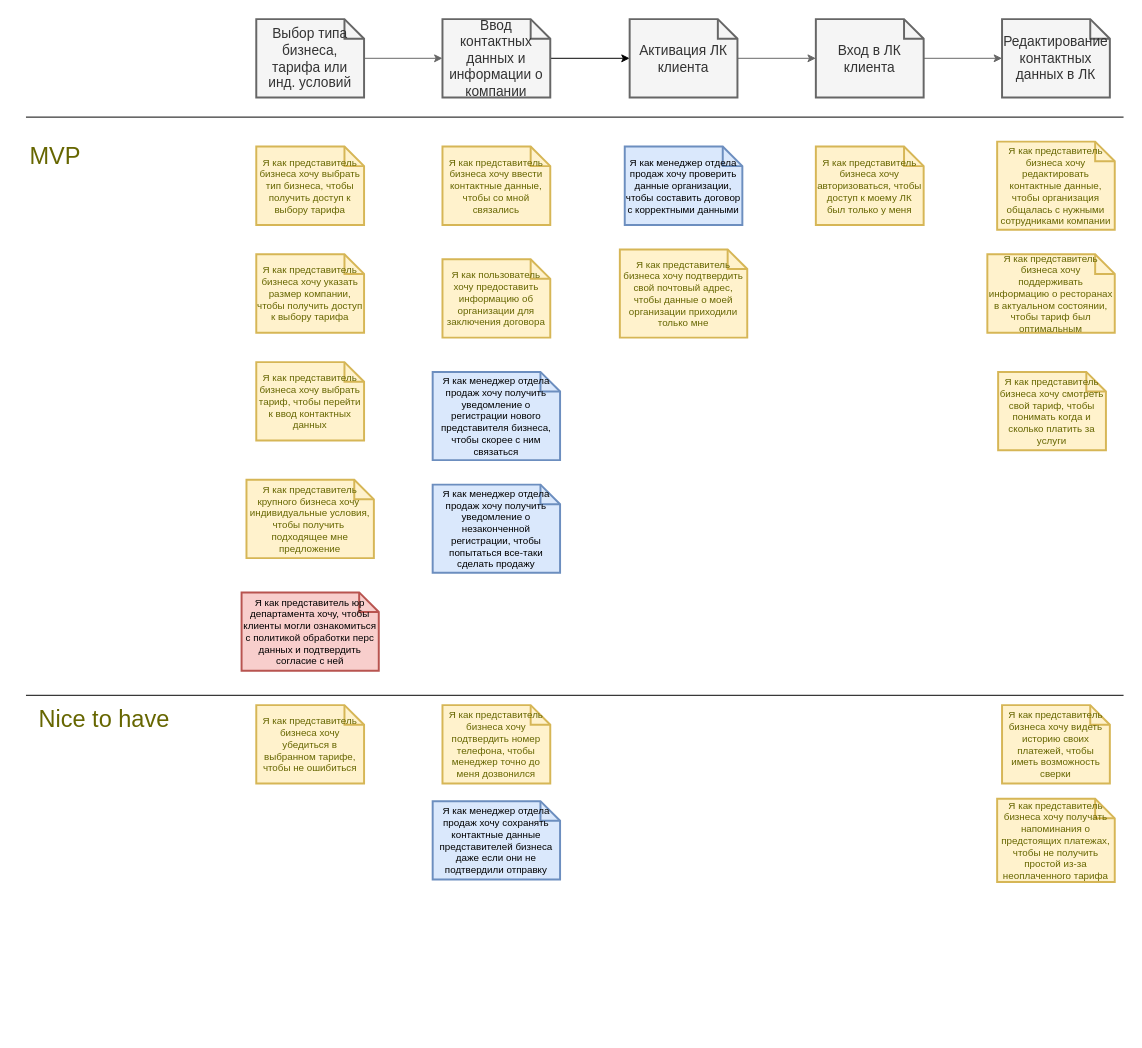
The draw.io diagram src/Untitled Diagram.drawio in indeec05/course__final, before the edit. Source tidied: cells renumbered, new cells numbered last; positions are measured from the earlier drawing's top-left corner, leaving out a move shared by most shapes. Both pictures are drawn from the tidied source at 98%, with x=0, y=0 at pixel (25, 19).
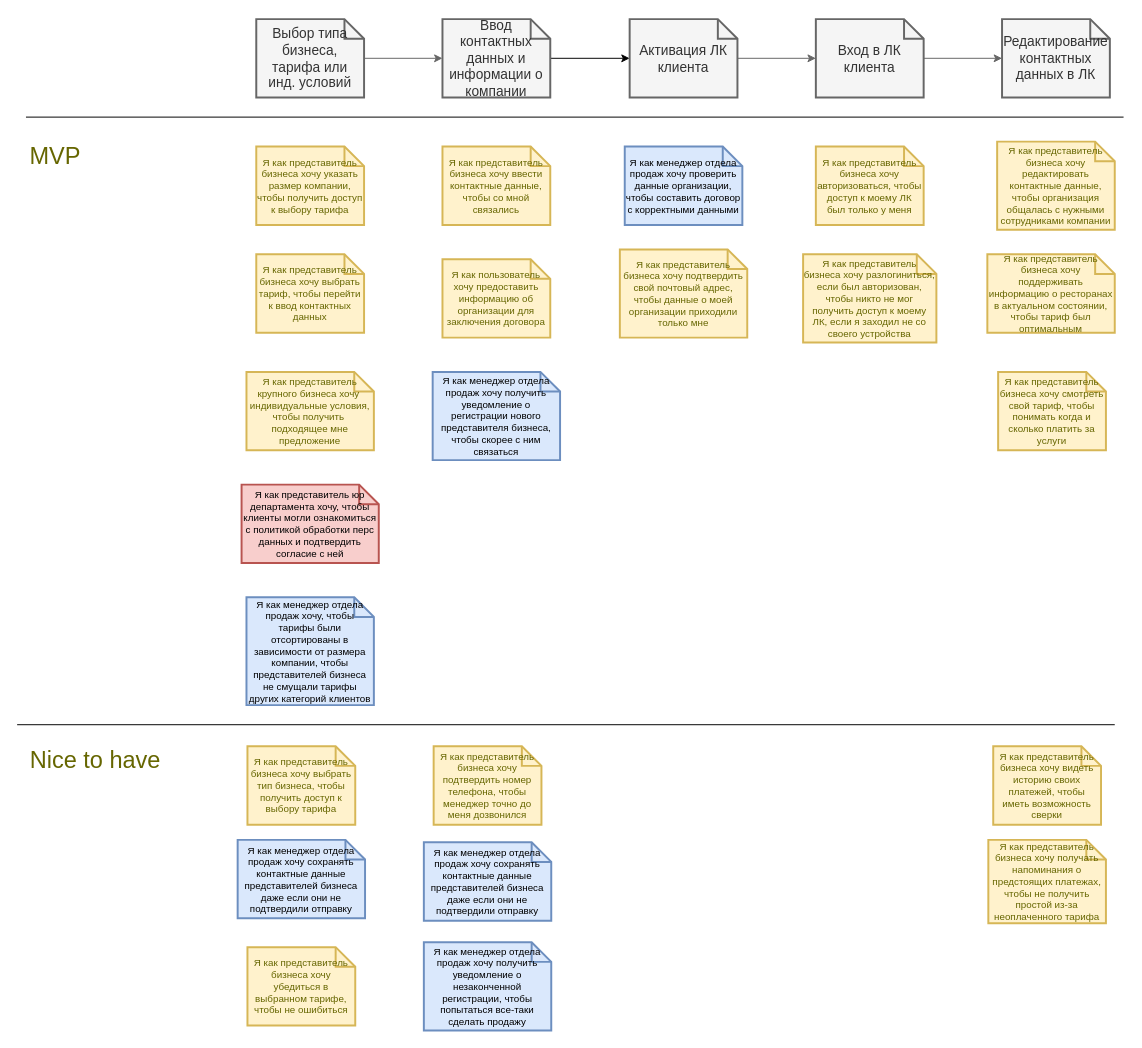
The same page after the edit.

Diff of the diagram source:
```diff
@@
     <mxCell id="11" value="Я как представитель бизнеса хочу выбрать тип бизнеса, чтобы получить доступ к выбору тарифа" style="shape=note;strokeWidth=2;fontSize=10;size=20;whiteSpace=wrap;html=1;fillColor=#fff2cc;strokeColor=#d6b656;fontColor=#666600;" parent="1" vertex="1">
-      <mxGeometry x="235" y="130" width="110" height="80" as="geometry" />
+      <mxGeometry x="226" y="742" width="110" height="80" as="geometry" />
     </mxCell>
     <mxCell id="12" value="Я как представитель бизнеса хочу указать размер компании, чтобы получить доступ к выбору тарифа" style="shape=note;strokeWidth=2;fontSize=10;size=20;whiteSpace=wrap;fillColor=#fff2cc;strokeColor=#d6b656;fontColor=#666600;html=1;" parent="1" vertex="1">
-      <mxGeometry x="235" y="240" width="110" height="80" as="geometry" />
+      <mxGeometry x="235" y="130" width="110" height="80" as="geometry" />
     </mxCell>
     <mxCell id="13" value="Я как представитель крупного бизнеса хочу&amp;nbsp; индивидуальные условия, чтобы получить&amp;nbsp; подходящее мне предложение&lt;br style=&quot;font-size: 10px;&quot;&gt;" style="shape=note;strokeWidth=2;fontSize=10;size=20;fillColor=#fff2cc;strokeColor=#d6b656;fontColor=#666600;whiteSpace=wrap;html=1;" parent="1" vertex="1">
-      <mxGeometry x="225" y="470" width="130" height="80" as="geometry" />
+      <mxGeometry x="225" y="360" width="130" height="80" as="geometry" />
     </mxCell>
     <mxCell id="14" value="Я как представитель бизнеса хочу убедиться в выбранном тарифе, чтобы не ошибиться" style="shape=note;strokeWidth=2;fontSize=10;size=20;fillColor=#fff2cc;strokeColor=#d6b656;whiteSpace=wrap;html=1;fontColor=#666600;" parent="1" vertex="1">
-      <mxGeometry x="235" y="700" width="110" height="80" as="geometry" />
+      <mxGeometry x="226" y="947" width="110" height="80" as="geometry" />
     </mxCell>
@@
     <mxCell id="16" value="Я как представитель бизнеса хочу подтвердить номер телефона, чтобы менеджер точно до меня дозвонился" style="shape=note;strokeWidth=2;fontSize=10;size=20;fillColor=#fff2cc;strokeColor=#d6b656;whiteSpace=wrap;html=1;fontColor=#666600;" parent="1" vertex="1">
-      <mxGeometry x="425" y="700" width="110" height="80" as="geometry" />
+      <mxGeometry x="416" y="742" width="110" height="80" as="geometry" />
     </mxCell>
@@
     <mxCell id="20" value="Я как менеджер отдела продаж хочу сохранять контактные данные представителей бизнеса даже если они не подтвердили отправку" style="shape=note;strokeWidth=2;fontSize=10;size=20;fillColor=#dae8fc;strokeColor=#6c8ebf;whiteSpace=wrap;html=1;" parent="1" vertex="1">
-      <mxGeometry x="415" y="798" width="130" height="80" as="geometry" />
+      <mxGeometry x="406" y="840" width="130" height="80" as="geometry" />
     </mxCell>
@@
     <mxCell id="25" value="Я как представитель бизнеса хочу видеть историю своих платежей, чтобы иметь возможность сверки" style="shape=note;strokeWidth=2;fontSize=10;size=20;whiteSpace=wrap;fillColor=#fff2cc;strokeColor=#d6b656;fontColor=#666600;html=1;" parent="1" vertex="1">
-      <mxGeometry x="996" y="700" width="110" height="80" as="geometry" />
+      <mxGeometry x="987" y="742" width="110" height="80" as="geometry" />
     </mxCell>
     <mxCell id="26" value="Я как представитель юр департамента хочу, чтобы клиенты могли ознакомиться с политикой обработки перс данных и подтвердить согласие с ней" style="shape=note;strokeWidth=2;fontSize=10;size=20;whiteSpace=wrap;html=1;fillColor=#f8cecc;strokeColor=#b85450;" parent="1" vertex="1">
-      <mxGeometry x="220" y="585" width="140" height="80" as="geometry" />
+      <mxGeometry x="220" y="475" width="140" height="80" as="geometry" />
     </mxCell>
     <mxCell id="27" value="Я как представитель бизнеса хочу выбрать тариф, чтобы перейти к ввод контактных данных" style="shape=note;strokeWidth=2;fontSize=10;size=20;whiteSpace=wrap;fillColor=#fff2cc;strokeColor=#d6b656;fontColor=#666600;html=1;" parent="1" vertex="1">
-      <mxGeometry x="235" y="350" width="110" height="80" as="geometry" />
+      <mxGeometry x="235" y="240" width="110" height="80" as="geometry" />
     </mxCell>
@@
     <mxCell id="29" value="Я как менеджер отдела продаж хочу получить уведомление о незаконченной регистрации, чтобы попытаться все-таки сделать продажу" style="shape=note;strokeWidth=2;fontSize=10;size=20;fillColor=#dae8fc;strokeColor=#6c8ebf;whiteSpace=wrap;html=1;" parent="1" vertex="1">
-      <mxGeometry x="415" y="475" width="130" height="90" as="geometry" />
+      <mxGeometry x="406" y="942" width="130" height="90" as="geometry" />
     </mxCell>
     <mxCell id="30" value="Я как представитель бизнеса хочу получать напоминания о предстоящих платежах, чтобы не получить простой из-за неоплаченного тарифа" style="shape=note;strokeWidth=2;fontSize=10;size=20;whiteSpace=wrap;fillColor=#fff2cc;strokeColor=#d6b656;fontColor=#666600;html=1;" parent="1" vertex="1">
-      <mxGeometry x="991" y="795.5" width="120" height="85" as="geometry" />
+      <mxGeometry x="982" y="837.5" width="120" height="85" as="geometry" />
     </mxCell>
@@
     <mxCell id="32" value="Nice to have" style="text;html=1;strokeColor=none;fillColor=none;align=center;verticalAlign=middle;whiteSpace=wrap;rounded=0;fontColor=#666600;fontSize=24;" parent="1" vertex="1">
-      <mxGeometry y="700" width="160" height="30" as="geometry" />
+      <mxGeometry x="-9" y="742" width="160" height="30" as="geometry" />
     </mxCell>
@@
     <mxCell id="34" style="endArrow=none;html=1;rounded=0;" parent="1" edge="1">
       <mxGeometry relative="1" as="geometry">
-        <mxPoint y="690" as="sourcePoint" />
-        <mxPoint x="1120" y="690" as="targetPoint" />
+        <mxPoint x="-9" y="720" as="sourcePoint" />
+        <mxPoint x="1111" y="720" as="targetPoint" />
       </mxGeometry>
     </mxCell>
+    <mxCell id="35" value="Я как менеджер отдела продаж хочу сохранять контактные данные представителей бизнеса даже если они не подтвердили отправку" style="shape=note;strokeWidth=2;fontSize=10;size=20;fillColor=#dae8fc;strokeColor=#6c8ebf;whiteSpace=wrap;html=1;" parent="1" vertex="1">
+      <mxGeometry x="216" y="837.5" width="130" height="80" as="geometry" />
+    </mxCell>
+    <mxCell id="36" value="Я как менеджер отдела продаж хочу, чтобы тарифы были отсортированы в зависимости от размера компании, чтобы представителей бизнеса не смущали тарифы других категорий клиентов" style="shape=note;strokeWidth=2;fontSize=10;size=20;fillColor=#dae8fc;strokeColor=#6c8ebf;whiteSpace=wrap;html=1;" parent="1" vertex="1">
+      <mxGeometry x="225" y="590" width="130" height="110" as="geometry" />
+    </mxCell>
+    <mxCell id="37" value="Я как представитель бизнеса хочу разлогиниться, если был авторизован, чтобы никто не мог получить доступ к моему ЛК, если я заходил не со своего устройства" style="shape=note;strokeWidth=2;fontSize=10;size=20;whiteSpace=wrap;fillColor=#fff2cc;strokeColor=#d6b656;fontColor=#666600;html=1;" parent="1" vertex="1">
+      <mxGeometry x="793" y="240" width="136" height="90" as="geometry" />
+    </mxCell>
```
